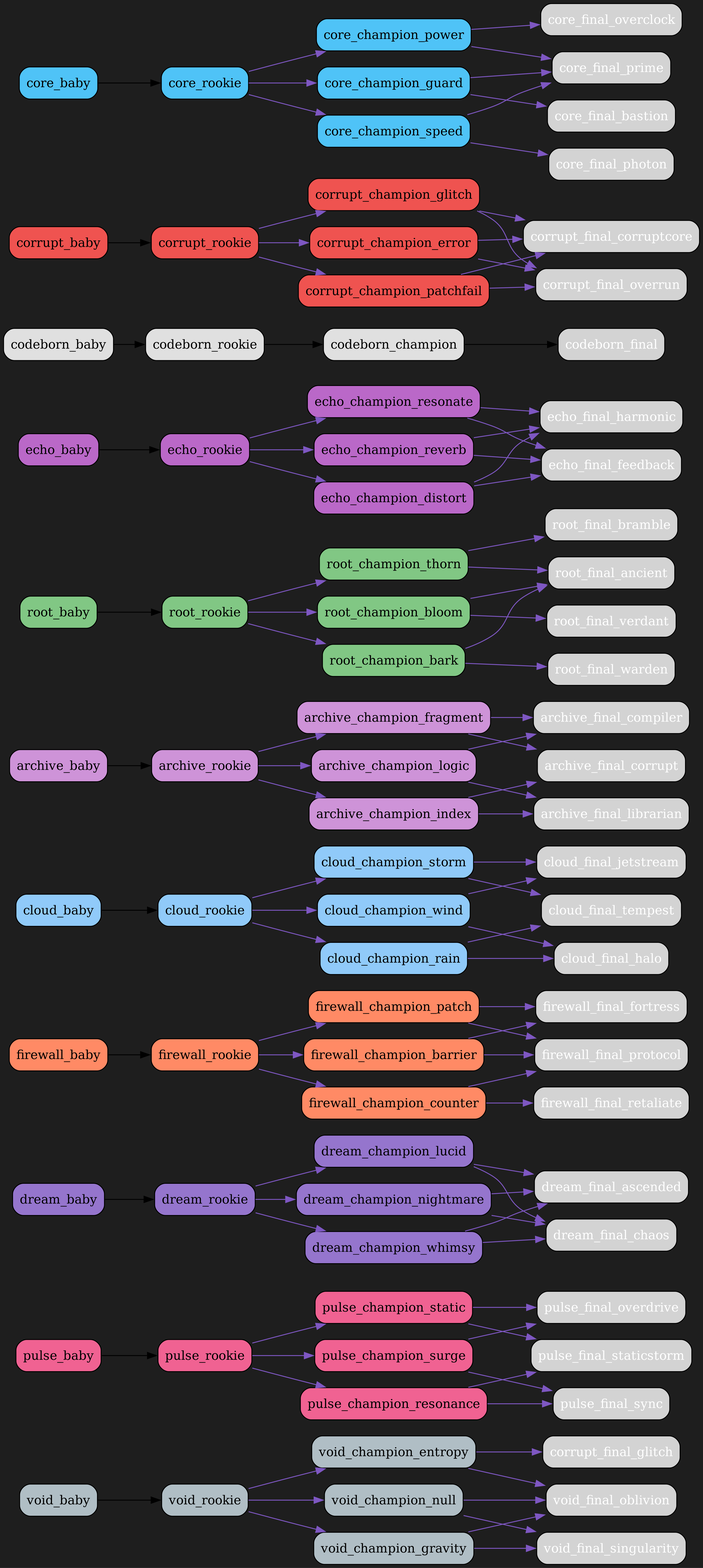
Before: src/netgrid/systems/evolution/graphs/dark/evolution_graph_dark.png, a diagram exported from Graphviz (bwlight/NetGrid). Its source is kept beside it as src/netgrid/systems/evolution/graphs/dark/evolution_graph_dark.dot.
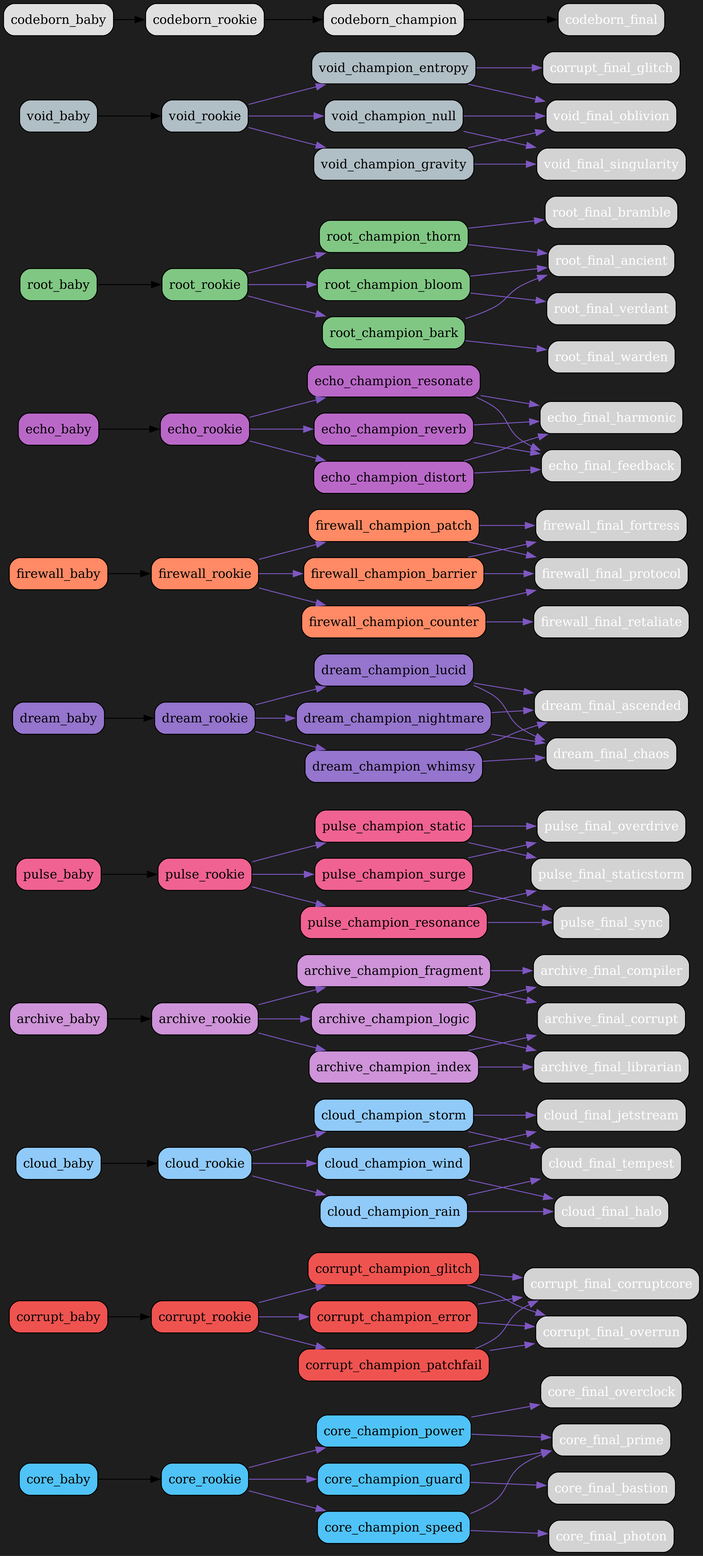
The same file after the commit.

Commit message:
Auto-update evolution graphs

Change to the diagram source:
```diff
@@ -2,21 +2,66 @@
   rankdir=LR;
   bgcolor="#1e1e1e";
   node [shape=box, style="rounded,filled", fontcolor="white"];
-  "void_baby" [fillcolor="#b0bec5", fontcolor="black"];
-  "void_baby" -> "void_rookie";
-  "void_rookie" [fillcolor="#b0bec5", fontcolor="black"];
-  "void_rookie" -> "void_champion_entropy" [color="#7e57c2"];
-  "void_rookie" -> "void_champion_gravity" [color="#7e57c2"];
-  "void_rookie" -> "void_champion_null" [color="#7e57c2"];
-  "void_champion_entropy" [fillcolor="#b0bec5", fontcolor="black"];
-  "void_champion_entropy" -> "corrupt_final_glitch" [color="#7e57c2"];
-  "void_champion_entropy" -> "void_final_oblivion" [color="#7e57c2"];
-  "void_champion_gravity" [fillcolor="#b0bec5", fontcolor="black"];
-  "void_champion_gravity" -> "void_final_singularity" [color="#7e57c2"];
-  "void_champion_gravity" -> "void_final_oblivion" [color="#7e57c2"];
-  "void_champion_null" [fillcolor="#b0bec5", fontcolor="black"];
-  "void_champion_null" -> "void_final_oblivion" [color="#7e57c2"];
-  "void_champion_null" -> "void_final_singularity" [color="#7e57c2"];
+  "core_baby" [fillcolor="#4fc3f7", fontcolor="black"];
+  "core_baby" -> "core_rookie";
+  "core_rookie" [fillcolor="#4fc3f7", fontcolor="black"];
+  "core_rookie" -> "core_champion_power" [color="#7e57c2"];
+  "core_rookie" -> "core_champion_guard" [color="#7e57c2"];
+  "core_rookie" -> "core_champion_speed" [color="#7e57c2"];
+  "core_champion_power" [fillcolor="#4fc3f7", fontcolor="black"];
+  "core_champion_power" -> "core_final_overclock" [color="#7e57c2"];
+  "core_champion_power" -> "core_final_prime" [color="#7e57c2"];
+  "core_champion_guard" [fillcolor="#4fc3f7", fontcolor="black"];
+  "core_champion_guard" -> "core_final_bastion" [color="#7e57c2"];
+  "core_champion_guard" -> "core_final_prime" [color="#7e57c2"];
+  "core_champion_speed" [fillcolor="#4fc3f7", fontcolor="black"];
+  "core_champion_speed" -> "core_final_photon" [color="#7e57c2"];
+  "core_champion_speed" -> "core_final_prime" [color="#7e57c2"];
+  "corrupt_baby" [fillcolor="#ef5350", fontcolor="black"];
+  "corrupt_baby" -> "corrupt_rookie";
+  "corrupt_rookie" [fillcolor="#ef5350", fontcolor="black"];
+  "corrupt_rookie" -> "corrupt_champion_glitch" [color="#7e57c2"];
+  "corrupt_rookie" -> "corrupt_champion_error" [color="#7e57c2"];
+  "corrupt_rookie" -> "corrupt_champion_patchfail" [color="#7e57c2"];
+  "corrupt_champion_glitch" [fillcolor="#ef5350", fontcolor="black"];
+  "corrupt_champion_glitch" -> "corrupt_final_corruptcore" [color="#7e57c2"];
+  "corrupt_champion_glitch" -> "corrupt_final_overrun" [color="#7e57c2"];
+  "corrupt_champion_error" [fillcolor="#ef5350", fontcolor="black"];
+  "corrupt_champion_error" -> "corrupt_final_overrun" [color="#7e57c2"];
+  "corrupt_champion_error" -> "corrupt_final_corruptcore" [color="#7e57c2"];
+  "corrupt_champion_patchfail" [fillcolor="#ef5350", fontcolor="black"];
+  "corrupt_champion_patchfail" -> "corrupt_final_corruptcore" [color="#7e57c2"];
+  "corrupt_champion_patchfail" -> "corrupt_final_overrun" [color="#7e57c2"];
+  "cloud_baby" [fillcolor="#90caf9", fontcolor="black"];
+  "cloud_baby" -> "cloud_rookie";
+  "cloud_rookie" [fillcolor="#90caf9", fontcolor="black"];
+  "cloud_rookie" -> "cloud_champion_wind" [color="#7e57c2"];
+  "cloud_rookie" -> "cloud_champion_rain" [color="#7e57c2"];
+  "cloud_rookie" -> "cloud_champion_storm" [color="#7e57c2"];
+  "cloud_champion_wind" [fillcolor="#90caf9", fontcolor="black"];
+  "cloud_champion_wind" -> "cloud_final_jetstream" [color="#7e57c2"];
+  "cloud_champion_wind" -> "cloud_final_halo" [color="#7e57c2"];
+  "cloud_champion_rain" [fillcolor="#90caf9", fontcolor="black"];
+  "cloud_champion_rain" -> "cloud_final_halo" [color="#7e57c2"];
+  "cloud_champion_rain" -> "cloud_final_tempest" [color="#7e57c2"];
+  "cloud_champion_storm" [fillcolor="#90caf9", fontcolor="black"];
+  "cloud_champion_storm" -> "cloud_final_tempest" [color="#7e57c2"];
+  "cloud_champion_storm" -> "cloud_final_jetstream" [color="#7e57c2"];
+  "archive_baby" [fillcolor="#ce93d8", fontcolor="black"];
+  "archive_baby" -> "archive_rookie";
+  "archive_rookie" [fillcolor="#ce93d8", fontcolor="black"];
+  "archive_rookie" -> "archive_champion_logic" [color="#7e57c2"];
+  "archive_rookie" -> "archive_champion_index" [color="#7e57c2"];
+  "archive_rookie" -> "archive_champion_fragment" [color="#7e57c2"];
+  "archive_champion_logic" [fillcolor="#ce93d8", fontcolor="black"];
+  "archive_champion_logic" -> "archive_final_compiler" [color="#7e57c2"];
+  "archive_champion_logic" -> "archive_final_librarian" [color="#7e57c2"];
+  "archive_champion_index" [fillcolor="#ce93d8", fontcolor="black"];
+  "archive_champion_index" -> "archive_final_librarian" [color="#7e57c2"];
+  "archive_champion_index" -> "archive_final_corrupt" [color="#7e57c2"];
+  "archive_champion_fragment" [fillcolor="#ce93d8", fontcolor="black"];
+  "archive_champion_fragment" -> "archive_final_corrupt" [color="#7e57c2"];
+  "archive_champion_fragment" -> "archive_final_compiler" [color="#7e57c2"];
   "pulse_baby" [fillcolor="#f06292", fontcolor="black"];
   "pulse_baby" -> "pulse_rookie";
   "pulse_rookie" [fillcolor="#f06292", fontcolor="black"];
@@ -62,36 +107,21 @@
   "firewall_champion_patch" [fillcolor="#ff8a65", fontcolor="black"];
   "firewall_champion_patch" -> "firewall_final_protocol" [color="#7e57c2"];
   "firewall_champion_patch" -> "firewall_final_fortress" [color="#7e57c2"];
-  "cloud_baby" [fillcolor="#90caf9", fontcolor="black"];
-  "cloud_baby" -> "cloud_rookie";
-  "cloud_rookie" [fillcolor="#90caf9", fontcolor="black"];
-  "cloud_rookie" -> "cloud_champion_wind" [color="#7e57c2"];
-  "cloud_rookie" -> "cloud_champion_rain" [color="#7e57c2"];
-  "cloud_rookie" -> "cloud_champion_storm" [color="#7e57c2"];
-  "cloud_champion_wind" [fillcolor="#90caf9", fontcolor="black"];
-  "cloud_champion_wind" -> "cloud_final_jetstream" [color="#7e57c2"];
-  "cloud_champion_wind" -> "cloud_final_halo" [color="#7e57c2"];
-  "cloud_champion_rain" [fillcolor="#90caf9", fontcolor="black"];
-  "cloud_champion_rain" -> "cloud_final_halo" [color="#7e57c2"];
-  "cloud_champion_rain" -> "cloud_final_tempest" [color="#7e57c2"];
-  "cloud_champion_storm" [fillcolor="#90caf9", fontcolor="black"];
-  "cloud_champion_storm" -> "cloud_final_tempest" [color="#7e57c2"];
-  "cloud_champion_storm" -> "cloud_final_jetstream" [color="#7e57c2"];
-  "archive_baby" [fillcolor="#ce93d8", fontcolor="black"];
-  "archive_baby" -> "archive_rookie";
-  "archive_rookie" [fillcolor="#ce93d8", fontcolor="black"];
-  "archive_rookie" -> "archive_champion_logic" [color="#7e57c2"];
-  "archive_rookie" -> "archive_champion_index" [color="#7e57c2"];
-  "archive_rookie" -> "archive_champion_fragment" [color="#7e57c2"];
-  "archive_champion_logic" [fillcolor="#ce93d8", fontcolor="black"];
-  "archive_champion_logic" -> "archive_final_compiler" [color="#7e57c2"];
-  "archive_champion_logic" -> "archive_final_librarian" [color="#7e57c2"];
-  "archive_champion_index" [fillcolor="#ce93d8", fontcolor="black"];
-  "archive_champion_index" -> "archive_final_librarian" [color="#7e57c2"];
-  "archive_champion_index" -> "archive_final_corrupt" [color="#7e57c2"];
-  "archive_champion_fragment" [fillcolor="#ce93d8", fontcolor="black"];
-  "archive_champion_fragment" -> "archive_final_corrupt" [color="#7e57c2"];
-  "archive_champion_fragment" -> "archive_final_compiler" [color="#7e57c2"];
+  "echo_baby" [fillcolor="#ba68c8", fontcolor="black"];
+  "echo_baby" -> "echo_rookie";
+  "echo_rookie" [fillcolor="#ba68c8", fontcolor="black"];
+  "echo_rookie" -> "echo_champion_resonate" [color="#7e57c2"];
+  "echo_rookie" -> "echo_champion_reverb" [color="#7e57c2"];
+  "echo_rookie" -> "echo_champion_distort" [color="#7e57c2"];
+  "echo_champion_resonate" [fillcolor="#ba68c8", fontcolor="black"];
+  "echo_champion_resonate" -> "echo_final_harmonic" [color="#7e57c2"];
+  "echo_champion_resonate" -> "echo_final_feedback" [color="#7e57c2"];
+  "echo_champion_reverb" [fillcolor="#ba68c8", fontcolor="black"];
+  "echo_champion_reverb" -> "echo_final_feedback" [color="#7e57c2"];
+  "echo_champion_reverb" -> "echo_final_harmonic" [color="#7e57c2"];
+  "echo_champion_distort" [fillcolor="#ba68c8", fontcolor="black"];
+  "echo_champion_distort" -> "echo_final_feedback" [color="#7e57c2"];
+  "echo_champion_distort" -> "echo_final_harmonic" [color="#7e57c2"];
   "root_baby" [fillcolor="#81c784", fontcolor="black"];
   "root_baby" -> "root_rookie";
   "root_rookie" [fillcolor="#81c784", fontcolor="black"];
@@ -107,55 +137,25 @@
   "root_champion_bark" [fillcolor="#81c784", fontcolor="black"];
   "root_champion_bark" -> "root_final_warden" [color="#7e57c2"];
   "root_champion_bark" -> "root_final_ancient" [color="#7e57c2"];
-  "echo_baby" [fillcolor="#ba68c8", fontcolor="black"];
-  "echo_baby" -> "echo_rookie";
-  "echo_rookie" [fillcolor="#ba68c8", fontcolor="black"];
-  "echo_rookie" -> "echo_champion_resonate" [color="#7e57c2"];
-  "echo_rookie" -> "echo_champion_reverb" [color="#7e57c2"];
-  "echo_rookie" -> "echo_champion_distort" [color="#7e57c2"];
-  "echo_champion_resonate" [fillcolor="#ba68c8", fontcolor="black"];
-  "echo_champion_resonate" -> "echo_final_harmonic" [color="#7e57c2"];
-  "echo_champion_resonate" -> "echo_final_feedback" [color="#7e57c2"];
-  "echo_champion_reverb" [fillcolor="#ba68c8", fontcolor="black"];
-  "echo_champion_reverb" -> "echo_final_feedback" [color="#7e57c2"];
-  "echo_champion_reverb" -> "echo_final_harmonic" [color="#7e57c2"];
-  "echo_champion_distort" [fillcolor="#ba68c8", fontcolor="black"];
-  "echo_champion_distort" -> "echo_final_feedback" [color="#7e57c2"];
-  "echo_champion_distort" -> "echo_final_harmonic" [color="#7e57c2"];
+  "void_baby" [fillcolor="#b0bec5", fontcolor="black"];
+  "void_baby" -> "void_rookie";
+  "void_rookie" [fillcolor="#b0bec5", fontcolor="black"];
+  "void_rookie" -> "void_champion_entropy" [color="#7e57c2"];
+  "void_rookie" -> "void_champion_gravity" [color="#7e57c2"];
+  "void_rookie" -> "void_champion_null" [color="#7e57c2"];
+  "void_champion_entropy" [fillcolor="#b0bec5", fontcolor="black"];
+  "void_champion_entropy" -> "corrupt_final_glitch" [color="#7e57c2"];
+  "void_champion_entropy" -> "void_final_oblivion" [color="#7e57c2"];
+  "void_champion_gravity" [fillcolor="#b0bec5", fontcolor="black"];
+  "void_champion_gravity" -> "void_final_singularity" [color="#7e57c2"];
+  "void_champion_gravity" -> "void_final_oblivion" [color="#7e57c2"];
+  "void_champion_null" [fillcolor="#b0bec5", fontcolor="black"];
+  "void_champion_null" -> "void_final_oblivion" [color="#7e57c2"];
+  "void_champion_null" -> "void_final_singularity" [color="#7e57c2"];
   "codeborn_baby" [fillcolor="#e0e0e0", fontcolor="black"];
   "codeborn_baby" -> "codeborn_rookie";
   "codeborn_rookie" [fillcolor="#e0e0e0", fontcolor="black"];
   "codeborn_rookie" -> "codeborn_champion";
   "codeborn_champion" [fillcolor="#e0e0e0", fontcolor="black"];
   "codeborn_champion" -> "codeborn_final";
-  "corrupt_baby" [fillcolor="#ef5350", fontcolor="black"];
-  "corrupt_baby" -> "corrupt_rookie";
-  "corrupt_rookie" [fillcolor="#ef5350", fontcolor="black"];
-  "corrupt_rookie" -> "corrupt_champion_glitch" [color="#7e57c2"];
-  "corrupt_rookie" -> "corrupt_champion_error" [color="#7e57c2"];
-  "corrupt_rookie" -> "corrupt_champion_patchfail" [color="#7e57c2"];
-  "corrupt_champion_glitch" [fillcolor="#ef5350", fontcolor="black"];
-  "corrupt_champion_glitch" -> "corrupt_final_corruptcore" [color="#7e57c2"];
-  "corrupt_champion_glitch" -> "corrupt_final_overrun" [color="#7e57c2"];
-  "corrupt_champion_error" [fillcolor="#ef5350", fontcolor="black"];
-  "corrupt_champion_error" -> "corrupt_final_overrun" [color="#7e57c2"];
-  "corrupt_champion_error" -> "corrupt_final_corruptcore" [color="#7e57c2"];
-  "corrupt_champion_patchfail" [fillcolor="#ef5350", fontcolor="black"];
-  "corrupt_champion_patchfail" -> "corrupt_final_corruptcore" [color="#7e57c2"];
-  "corrupt_champion_patchfail" -> "corrupt_final_overrun" [color="#7e57c2"];
-  "core_baby" [fillcolor="#4fc3f7", fontcolor="black"];
-  "core_baby" -> "core_rookie";
-  "core_rookie" [fillcolor="#4fc3f7", fontcolor="black"];
-  "core_rookie" -> "core_champion_power" [color="#7e57c2"];
-  "core_rookie" -> "core_champion_guard" [color="#7e57c2"];
-  "core_rookie" -> "core_champion_speed" [color="#7e57c2"];
-  "core_champion_power" [fillcolor="#4fc3f7", fontcolor="black"];
-  "core_champion_power" -> "core_final_overclock" [color="#7e57c2"];
-  "core_champion_power" -> "core_final_prime" [color="#7e57c2"];
-  "core_champion_guard" [fillcolor="#4fc3f7", fontcolor="black"];
-  "core_champion_guard" -> "core_final_bastion" [color="#7e57c2"];
-  "core_champion_guard" -> "core_final_prime" [color="#7e57c2"];
-  "core_champion_speed" [fillcolor="#4fc3f7", fontcolor="black"];
-  "core_champion_speed" -> "core_final_photon" [color="#7e57c2"];
-  "core_champion_speed" -> "core_final_prime" [color="#7e57c2"];
 }
```
